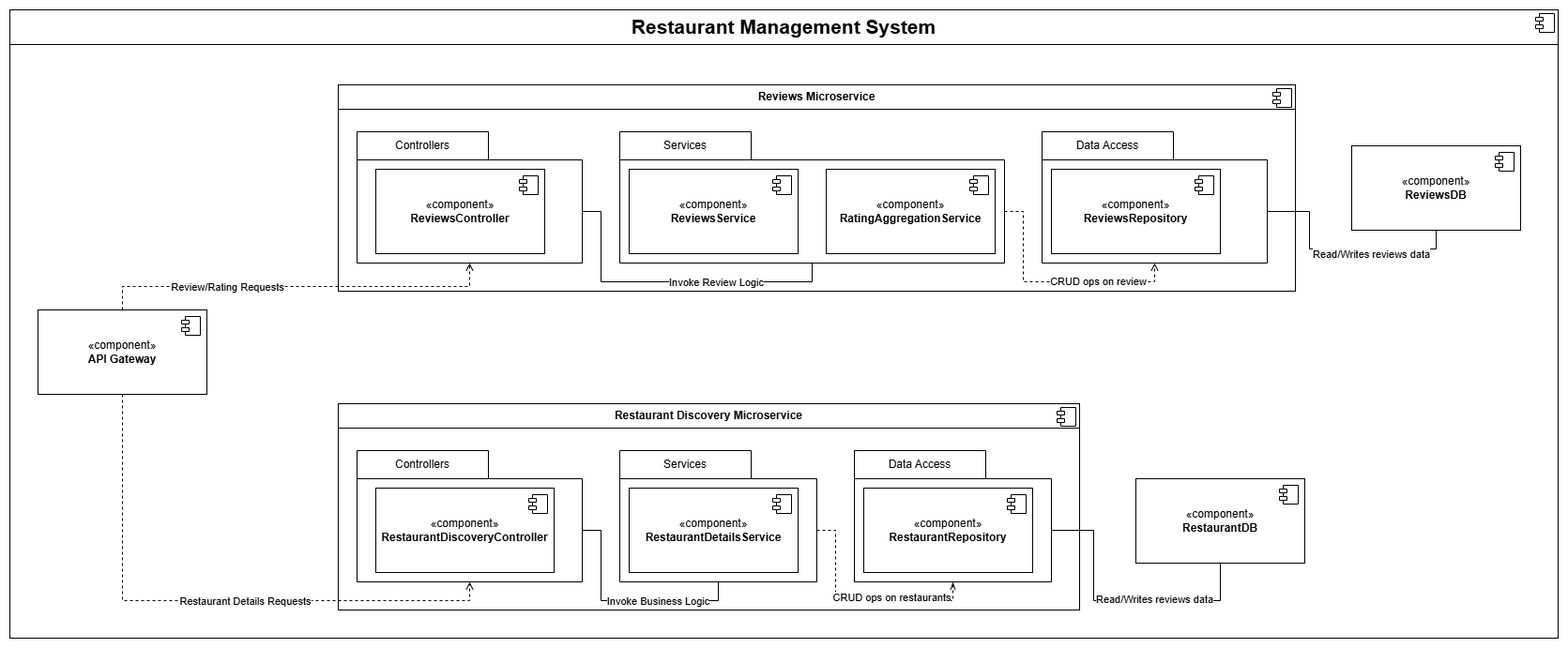
Earlier version of the draw.io export backend/restaurantdiscovery/docs/component-diagram.drawio.png (sri1873/Travel-Management). Source tidied: cells renumbered, new cells last; positions are measured from the earlier drawing's top-left corner, leaving out a move shared by most shapes. Source of this version:
```xml
<mxGraphModel>
  <root>
    <mxCell id="0" />
    <mxCell id="1" parent="0" />
    <mxCell id="2" value="&lt;p style=&quot;margin:0px;margin-top:6px;text-align:center;&quot;&gt;&lt;b&gt;&lt;font style=&quot;font-size: 21px;&quot;&gt;Restaurant Management System&lt;/font&gt;&lt;/b&gt;&lt;/p&gt;&lt;hr size=&quot;1&quot; style=&quot;border-style:solid;&quot;&gt;&lt;p style=&quot;margin:0px;margin-left:8px;&quot;&gt;&lt;br&gt;&lt;/p&gt;" style="align=left;overflow=fill;html=1;whiteSpace=wrap;" parent="1" vertex="1">
      <mxGeometry width="1650" height="670" as="geometry" />
    </mxCell>
    <mxCell id="3" style="shape=component;jettyWidth=8;jettyHeight=4;" parent="2" vertex="1">
      <mxGeometry x="1" width="20" height="20" relative="1" as="geometry">
        <mxPoint x="-24" y="4" as="offset" />
      </mxGeometry>
    </mxCell>
    <mxCell id="4" value="&lt;p style=&quot;margin:0px;margin-top:6px;text-align:center;&quot;&gt;&lt;b&gt;Reviews Microservice&lt;/b&gt;&lt;/p&gt;&lt;hr size=&quot;1&quot; style=&quot;border-style:solid;&quot;&gt;&lt;p style=&quot;margin:0px;margin-left:8px;&quot;&gt;&lt;br&gt;&lt;/p&gt;" style="align=left;overflow=fill;html=1;whiteSpace=wrap;" parent="1" vertex="1">
      <mxGeometry x="350" y="80" width="1020" height="220" as="geometry" />
    </mxCell>
    <mxCell id="5" style="shape=component;jettyWidth=8;jettyHeight=4;" parent="4" vertex="1">
      <mxGeometry x="1" width="20" height="20" relative="1" as="geometry">
        <mxPoint x="-24" y="4" as="offset" />
      </mxGeometry>
    </mxCell>
    <mxCell id="6" style="shape=folder;fontStyle=1;spacingTop=10;tabWidth=140;tabHeight=30;tabPosition=left;html=1;whiteSpace=wrap;" parent="1" vertex="1">
      <mxGeometry x="370" y="130" width="240" height="140" as="geometry" />
    </mxCell>
    <mxCell id="7" value="Controllers" style="text;html=1;align=center;verticalAlign=middle;whiteSpace=wrap;rounded=0;" parent="1" vertex="1">
      <mxGeometry x="370" y="130" width="140" height="30" as="geometry" />
    </mxCell>
    <mxCell id="8" value="«component»&lt;br&gt;&lt;b&gt;ReviewsController&lt;/b&gt;" style="html=1;whiteSpace=wrap;" parent="1" vertex="1">
      <mxGeometry x="390" y="170" width="180" height="90" as="geometry" />
    </mxCell>
    <mxCell id="9" style="shape=module;jettyWidth=8;jettyHeight=4;" parent="8" vertex="1">
      <mxGeometry x="1" width="20" height="20" relative="1" as="geometry">
        <mxPoint x="-27" y="7" as="offset" />
      </mxGeometry>
    </mxCell>
    <mxCell id="10" style="shape=folder;fontStyle=1;spacingTop=10;tabWidth=140;tabHeight=30;tabPosition=left;html=1;whiteSpace=wrap;" parent="1" vertex="1">
      <mxGeometry x="650" y="130" width="410" height="140" as="geometry" />
    </mxCell>
    <mxCell id="11" value="Services" style="text;html=1;align=center;verticalAlign=middle;whiteSpace=wrap;rounded=0;" parent="1" vertex="1">
      <mxGeometry x="650" y="130" width="140" height="30" as="geometry" />
    </mxCell>
    <mxCell id="12" value="«component»&lt;br&gt;&lt;b&gt;ReviewsService&lt;/b&gt;" style="html=1;whiteSpace=wrap;" parent="1" vertex="1">
      <mxGeometry x="660" y="170" width="180" height="90" as="geometry" />
    </mxCell>
    <mxCell id="13" style="shape=module;jettyWidth=8;jettyHeight=4;" parent="12" vertex="1">
      <mxGeometry x="1" width="20" height="20" relative="1" as="geometry">
        <mxPoint x="-27" y="7" as="offset" />
      </mxGeometry>
    </mxCell>
    <mxCell id="14" value="«component»&lt;br&gt;&lt;b&gt;RatingAggregationService&lt;/b&gt;" style="html=1;whiteSpace=wrap;" parent="1" vertex="1">
      <mxGeometry x="870" y="170" width="180" height="90" as="geometry" />
    </mxCell>
    <mxCell id="15" style="shape=module;jettyWidth=8;jettyHeight=4;" parent="14" vertex="1">
      <mxGeometry x="1" width="20" height="20" relative="1" as="geometry">
        <mxPoint x="-27" y="7" as="offset" />
      </mxGeometry>
    </mxCell>
    <mxCell id="16" style="edgeStyle=orthogonalEdgeStyle;rounded=0;jettySize=auto;html=1;exitX=0;exitY=0;exitDx=240;exitDy=85;exitPerimeter=0;entryX=0.5;entryY=1;entryDx=0;entryDy=0;endArrow=none;endFill=0;" parent="1" edge="1" source="18" target="50">
      <mxGeometry relative="1" as="geometry" />
    </mxCell>
    <mxCell id="17" value="Read/Writes reviews data" style="edgeLabel;html=1;align=center;verticalAlign=middle;" parent="16" vertex="1">
      <mxGeometry x="0.14" y="2" relative="1" as="geometry">
        <mxPoint x="13" y="7" as="offset" />
      </mxGeometry>
    </mxCell>
    <mxCell id="18" style="shape=folder;fontStyle=1;spacingTop=10;tabWidth=140;tabHeight=30;tabPosition=left;html=1;whiteSpace=wrap;" parent="1" vertex="1">
      <mxGeometry x="1100" y="130" width="240" height="140" as="geometry" />
    </mxCell>
    <mxCell id="19" value="Data Access" style="text;html=1;align=center;verticalAlign=middle;whiteSpace=wrap;rounded=0;" parent="1" vertex="1">
      <mxGeometry x="1100" y="130" width="140" height="30" as="geometry" />
    </mxCell>
    <mxCell id="20" value="«component»&lt;br&gt;&lt;b&gt;ReviewsRepository&lt;/b&gt;" style="html=1;whiteSpace=wrap;" parent="1" vertex="1">
      <mxGeometry x="1110" y="170" width="180" height="90" as="geometry" />
    </mxCell>
    <mxCell id="21" style="shape=module;jettyWidth=8;jettyHeight=4;" parent="20" vertex="1">
      <mxGeometry x="1" width="20" height="20" relative="1" as="geometry">
        <mxPoint x="-27" y="7" as="offset" />
      </mxGeometry>
    </mxCell>
    <mxCell id="22" style="edgeStyle=orthogonalEdgeStyle;rounded=0;orthogonalLoop=1;jettySize=auto;html=1;exitX=0.5;exitY=1;exitDx=0;exitDy=0;" parent="1" edge="1" source="4" target="4">
      <mxGeometry relative="1" as="geometry" />
    </mxCell>
    <mxCell id="23" value="&lt;p style=&quot;margin:0px;margin-top:6px;text-align:center;&quot;&gt;&lt;b&gt;Restaurant Discovery Microservice&lt;/b&gt;&lt;/p&gt;&lt;hr size=&quot;1&quot; style=&quot;border-style:solid;&quot;&gt;&lt;p style=&quot;margin:0px;margin-left:8px;&quot;&gt;&lt;br&gt;&lt;/p&gt;" style="align=left;overflow=fill;html=1;whiteSpace=wrap;" parent="1" vertex="1">
      <mxGeometry x="350" y="420" width="790" height="220" as="geometry" />
    </mxCell>
    <mxCell id="24" style="shape=component;jettyWidth=8;jettyHeight=4;" parent="23" vertex="1">
      <mxGeometry x="1" width="20" height="20" relative="1" as="geometry">
        <mxPoint x="-24" y="4" as="offset" />
      </mxGeometry>
    </mxCell>
    <mxCell id="25" style="shape=folder;fontStyle=1;spacingTop=10;tabWidth=140;tabHeight=30;tabPosition=left;html=1;whiteSpace=wrap;" parent="1" vertex="1">
      <mxGeometry x="370" y="470" width="240" height="140" as="geometry" />
    </mxCell>
    <mxCell id="26" value="Controllers" style="text;html=1;align=center;verticalAlign=middle;whiteSpace=wrap;rounded=0;" parent="1" vertex="1">
      <mxGeometry x="370" y="470" width="140" height="30" as="geometry" />
    </mxCell>
    <mxCell id="27" value="«component»&lt;br&gt;&lt;b&gt;RestaurantDiscoveryController&lt;/b&gt;" style="html=1;whiteSpace=wrap;" parent="1" vertex="1">
      <mxGeometry x="390" y="510" width="190" height="90" as="geometry" />
    </mxCell>
    <mxCell id="28" style="shape=module;jettyWidth=8;jettyHeight=4;" parent="27" vertex="1">
      <mxGeometry x="1" width="20" height="20" relative="1" as="geometry">
        <mxPoint x="-27" y="7" as="offset" />
      </mxGeometry>
    </mxCell>
    <mxCell id="29" style="shape=folder;fontStyle=1;spacingTop=10;tabWidth=140;tabHeight=30;tabPosition=left;html=1;whiteSpace=wrap;" parent="1" vertex="1">
      <mxGeometry x="650" y="470" width="210" height="140" as="geometry" />
    </mxCell>
    <mxCell id="30" value="Services" style="text;html=1;align=center;verticalAlign=middle;whiteSpace=wrap;rounded=0;" parent="1" vertex="1">
      <mxGeometry x="650" y="470" width="140" height="30" as="geometry" />
    </mxCell>
    <mxCell id="31" value="«component»&lt;br&gt;&lt;b&gt;RestaurantDetailsService&lt;/b&gt;" style="html=1;whiteSpace=wrap;" parent="1" vertex="1">
      <mxGeometry x="660" y="510" width="180" height="90" as="geometry" />
    </mxCell>
    <mxCell id="32" style="shape=module;jettyWidth=8;jettyHeight=4;" parent="31" vertex="1">
      <mxGeometry x="1" width="20" height="20" relative="1" as="geometry">
        <mxPoint x="-27" y="7" as="offset" />
      </mxGeometry>
    </mxCell>
    <mxCell id="33" style="edgeStyle=orthogonalEdgeStyle;rounded=0;jettySize=auto;html=1;exitX=0;exitY=0;exitDx=210;exitDy=85;exitPerimeter=0;entryX=0.5;entryY=1;entryDx=0;entryDy=0;endArrow=none;endFill=0;" parent="1" edge="1" source="35" target="56">
      <mxGeometry relative="1" as="geometry" />
    </mxCell>
    <mxCell id="34" value="Read/Writes reviews data" style="edgeLabel;html=1;align=center;verticalAlign=middle;" parent="33" vertex="1">
      <mxGeometry x="0.15" y="2" relative="1" as="geometry">
        <mxPoint x="14" as="offset" />
      </mxGeometry>
    </mxCell>
    <mxCell id="35" style="shape=folder;fontStyle=1;spacingTop=10;tabWidth=140;tabHeight=30;tabPosition=left;html=1;whiteSpace=wrap;" parent="1" vertex="1">
      <mxGeometry x="900" y="470" width="210" height="140" as="geometry" />
    </mxCell>
    <mxCell id="36" value="Data Access" style="text;html=1;align=center;verticalAlign=middle;whiteSpace=wrap;rounded=0;" parent="1" vertex="1">
      <mxGeometry x="900" y="470" width="140" height="30" as="geometry" />
    </mxCell>
    <mxCell id="37" value="«component»&lt;br&gt;&lt;b&gt;RestaurantRepository&lt;/b&gt;" style="html=1;whiteSpace=wrap;" parent="1" vertex="1">
      <mxGeometry x="910" y="510" width="180" height="90" as="geometry" />
    </mxCell>
    <mxCell id="38" style="shape=module;jettyWidth=8;jettyHeight=4;" parent="37" vertex="1">
      <mxGeometry x="1" width="20" height="20" relative="1" as="geometry">
        <mxPoint x="-27" y="7" as="offset" />
      </mxGeometry>
    </mxCell>
    <mxCell id="39" style="edgeStyle=orthogonalEdgeStyle;rounded=0;orthogonalLoop=1;jettySize=auto;html=1;exitX=0.5;exitY=1;exitDx=0;exitDy=0;" parent="1" edge="1" source="23" target="23">
      <mxGeometry relative="1" as="geometry" />
    </mxCell>
    <mxCell id="40" value="«component»&lt;br&gt;&lt;b&gt;API Gateway&lt;/b&gt;" style="html=1;whiteSpace=wrap;" parent="1" vertex="1">
      <mxGeometry x="30" y="320" width="180" height="90" as="geometry" />
    </mxCell>
    <mxCell id="41" style="shape=module;jettyWidth=8;jettyHeight=4;" parent="40" vertex="1">
      <mxGeometry x="1" width="20" height="20" relative="1" as="geometry">
        <mxPoint x="-27" y="7" as="offset" />
      </mxGeometry>
    </mxCell>
    <mxCell id="42" style="edgeStyle=orthogonalEdgeStyle;rounded=0;jettySize=auto;html=1;exitX=0.5;exitY=0;exitDx=0;exitDy=0;entryX=0.5;entryY=1;entryDx=0;entryDy=0;entryPerimeter=0;dashed=1;endArrow=open;endFill=0;" parent="1" edge="1" source="40" target="6">
      <mxGeometry relative="1" as="geometry" />
    </mxCell>
    <mxCell id="43" value="Review/Rating Requests" style="edgeLabel;html=1;align=center;verticalAlign=middle;" parent="42" vertex="1">
      <mxGeometry x="-0.35" relative="1" as="geometry" />
    </mxCell>
    <mxCell id="44" style="edgeStyle=orthogonalEdgeStyle;rounded=0;jettySize=auto;html=1;exitX=0.5;exitY=1;exitDx=0;exitDy=0;entryX=0.5;entryY=1;entryDx=0;entryDy=0;entryPerimeter=0;dashed=1;endArrow=open;endFill=0;" parent="1" edge="1" source="40" target="25">
      <mxGeometry relative="1" as="geometry" />
    </mxCell>
    <mxCell id="45" value="Restaurant Details Requests" style="edgeLabel;html=1;align=center;verticalAlign=middle;" parent="44" vertex="1">
      <mxGeometry x="-0.02" relative="1" as="geometry">
        <mxPoint x="51" as="offset" />
      </mxGeometry>
    </mxCell>
    <mxCell id="46" style="edgeStyle=orthogonalEdgeStyle;rounded=0;jettySize=auto;html=1;exitX=0;exitY=0;exitDx=240;exitDy=85;exitPerimeter=0;entryX=0.5;entryY=1;entryDx=0;entryDy=0;entryPerimeter=0;endArrow=none;endFill=0;" parent="1" edge="1" source="6" target="10">
      <mxGeometry relative="1" as="geometry">
        <Array as="points">
          <mxPoint x="630" y="215" />
          <mxPoint x="630" y="290" />
          <mxPoint x="855" y="290" />
        </Array>
      </mxGeometry>
    </mxCell>
    <mxCell id="47" value="Invoke Review Logic" style="edgeLabel;html=1;align=center;verticalAlign=middle;" parent="46" vertex="1">
      <mxGeometry x="0.21" relative="1" as="geometry">
        <mxPoint x="11" as="offset" />
      </mxGeometry>
    </mxCell>
    <mxCell id="48" style="edgeStyle=orthogonalEdgeStyle;rounded=0;jettySize=auto;html=1;exitX=0;exitY=0;exitDx=410;exitDy=85;exitPerimeter=0;entryX=0.5;entryY=1;entryDx=0;entryDy=0;entryPerimeter=0;endArrow=open;endFill=0;dashed=1;" parent="1" edge="1" source="10" target="18">
      <mxGeometry relative="1" as="geometry" />
    </mxCell>
    <mxCell id="49" value="CRUD ops on review" style="edgeLabel;html=1;align=center;verticalAlign=middle;" parent="48" vertex="1">
      <mxGeometry x="0.12" y="1" relative="1" as="geometry">
        <mxPoint x="32" as="offset" />
      </mxGeometry>
    </mxCell>
    <mxCell id="50" value="«component»&lt;br&gt;&lt;b&gt;ReviewsDB&lt;/b&gt;" style="html=1;whiteSpace=wrap;" parent="1" vertex="1">
      <mxGeometry x="1430" y="145" width="180" height="90" as="geometry" />
    </mxCell>
    <mxCell id="51" style="shape=module;jettyWidth=8;jettyHeight=4;" parent="50" vertex="1">
      <mxGeometry x="1" width="20" height="20" relative="1" as="geometry">
        <mxPoint x="-27" y="7" as="offset" />
      </mxGeometry>
    </mxCell>
    <mxCell id="52" style="edgeStyle=orthogonalEdgeStyle;rounded=0;jettySize=auto;html=1;exitX=0;exitY=0;exitDx=240;exitDy=85;exitPerimeter=0;entryX=0.5;entryY=1;entryDx=0;entryDy=0;entryPerimeter=0;endArrow=none;endFill=0;" parent="1" edge="1" source="25" target="29">
      <mxGeometry relative="1" as="geometry" />
    </mxCell>
    <mxCell id="53" value="Invoke Business Logic" style="edgeLabel;html=1;align=center;verticalAlign=middle;" parent="52" vertex="1">
      <mxGeometry x="0.57" y="2" relative="1" as="geometry">
        <mxPoint x="-33" y="2" as="offset" />
      </mxGeometry>
    </mxCell>
    <mxCell id="54" style="edgeStyle=orthogonalEdgeStyle;rounded=0;jettySize=auto;html=1;exitX=0;exitY=0;exitDx=210;exitDy=85;exitPerimeter=0;entryX=0.5;entryY=1;entryDx=0;entryDy=0;entryPerimeter=0;endArrow=openThin;endFill=0;dashed=1;" parent="1" edge="1" source="29" target="35">
      <mxGeometry relative="1" as="geometry" />
    </mxCell>
    <mxCell id="55" value="CRUD ops on restaurants" style="edgeLabel;html=1;align=center;verticalAlign=middle;" parent="54" vertex="1">
      <mxGeometry x="0.55" y="4" relative="1" as="geometry">
        <mxPoint x="-32" as="offset" />
      </mxGeometry>
    </mxCell>
    <mxCell id="56" value="«component»&lt;br&gt;&lt;b&gt;RestaurantDB&lt;/b&gt;" style="html=1;whiteSpace=wrap;" parent="1" vertex="1">
      <mxGeometry x="1200" y="500" width="180" height="90" as="geometry" />
    </mxCell>
    <mxCell id="57" style="shape=module;jettyWidth=8;jettyHeight=4;" parent="56" vertex="1">
      <mxGeometry x="1" width="20" height="20" relative="1" as="geometry">
        <mxPoint x="-27" y="7" as="offset" />
      </mxGeometry>
    </mxCell>
  </root>
</mxGraphModel>
```
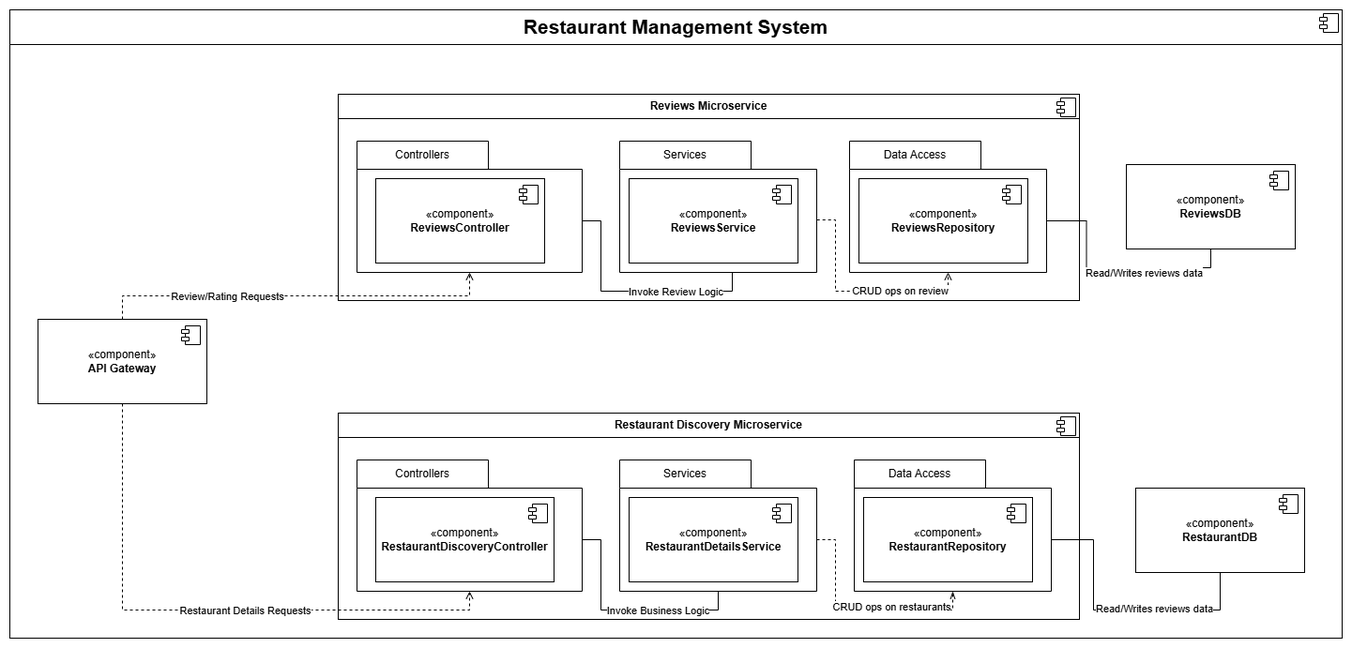
Later version of the same file.

Diff of the diagram source:
```diff
@@ -3,7 +3,7 @@
     <mxCell id="0" />
     <mxCell id="1" parent="0" />
     <mxCell id="2" value="&lt;p style=&quot;margin:0px;margin-top:6px;text-align:center;&quot;&gt;&lt;b&gt;&lt;font style=&quot;font-size: 21px;&quot;&gt;Restaurant Management System&lt;/font&gt;&lt;/b&gt;&lt;/p&gt;&lt;hr size=&quot;1&quot; style=&quot;border-style:solid;&quot;&gt;&lt;p style=&quot;margin:0px;margin-left:8px;&quot;&gt;&lt;br&gt;&lt;/p&gt;" style="align=left;overflow=fill;html=1;whiteSpace=wrap;" parent="1" vertex="1">
-      <mxGeometry width="1650" height="670" as="geometry" />
+      <mxGeometry y="-10" width="1420" height="670" as="geometry" />
     </mxCell>
     <mxCell id="3" style="shape=component;jettyWidth=8;jettyHeight=4;" parent="2" vertex="1">
       <mxGeometry x="1" width="20" height="20" relative="1" as="geometry">
@@ -11,7 +11,7 @@
       </mxGeometry>
     </mxCell>
     <mxCell id="4" value="&lt;p style=&quot;margin:0px;margin-top:6px;text-align:center;&quot;&gt;&lt;b&gt;Reviews Microservice&lt;/b&gt;&lt;/p&gt;&lt;hr size=&quot;1&quot; style=&quot;border-style:solid;&quot;&gt;&lt;p style=&quot;margin:0px;margin-left:8px;&quot;&gt;&lt;br&gt;&lt;/p&gt;" style="align=left;overflow=fill;html=1;whiteSpace=wrap;" parent="1" vertex="1">
-      <mxGeometry x="350" y="80" width="1020" height="220" as="geometry" />
+      <mxGeometry x="350" y="80" width="790" height="220" as="geometry" />
     </mxCell>
     <mxCell id="5" style="shape=component;jettyWidth=8;jettyHeight=4;" parent="4" vertex="1">
       <mxGeometry x="1" width="20" height="20" relative="1" as="geometry">
@@ -33,7 +33,7 @@
       </mxGeometry>
     </mxCell>
     <mxCell id="10" style="shape=folder;fontStyle=1;spacingTop=10;tabWidth=140;tabHeight=30;tabPosition=left;html=1;whiteSpace=wrap;" parent="1" vertex="1">
-      <mxGeometry x="650" y="130" width="410" height="140" as="geometry" />
+      <mxGeometry x="650" y="130" width="210" height="140" as="geometry" />
     </mxCell>
     <mxCell id="11" value="Services" style="text;html=1;align=center;verticalAlign=middle;whiteSpace=wrap;rounded=0;" parent="1" vertex="1">
       <mxGeometry x="650" y="130" width="140" height="30" as="geometry" />
@@ -46,15 +46,7 @@
         <mxPoint x="-27" y="7" as="offset" />
       </mxGeometry>
     </mxCell>
-    <mxCell id="14" value="«component»&lt;br&gt;&lt;b&gt;RatingAggregationService&lt;/b&gt;" style="html=1;whiteSpace=wrap;" parent="1" vertex="1">
-      <mxGeometry x="870" y="170" width="180" height="90" as="geometry" />
-    </mxCell>
-    <mxCell id="15" style="shape=module;jettyWidth=8;jettyHeight=4;" parent="14" vertex="1">
-      <mxGeometry x="1" width="20" height="20" relative="1" as="geometry">
-        <mxPoint x="-27" y="7" as="offset" />
-      </mxGeometry>
-    </mxCell>
-    <mxCell id="16" style="edgeStyle=orthogonalEdgeStyle;rounded=0;jettySize=auto;html=1;exitX=0;exitY=0;exitDx=240;exitDy=85;exitPerimeter=0;entryX=0.5;entryY=1;entryDx=0;entryDy=0;endArrow=none;endFill=0;" parent="1" edge="1" source="18" target="50">
+    <mxCell id="16" style="edgeStyle=orthogonalEdgeStyle;rounded=0;jettySize=auto;html=1;exitX=0;exitY=0;exitDx=210;exitDy=85;exitPerimeter=0;entryX=0.5;entryY=1;entryDx=0;entryDy=0;endArrow=none;endFill=0;" parent="1" edge="1" source="18" target="50">
       <mxGeometry relative="1" as="geometry" />
     </mxCell>
     <mxCell id="17" value="Read/Writes reviews data" style="edgeLabel;html=1;align=center;verticalAlign=middle;" parent="16" vertex="1">
@@ -63,13 +55,13 @@
       </mxGeometry>
     </mxCell>
     <mxCell id="18" style="shape=folder;fontStyle=1;spacingTop=10;tabWidth=140;tabHeight=30;tabPosition=left;html=1;whiteSpace=wrap;" parent="1" vertex="1">
-      <mxGeometry x="1100" y="130" width="240" height="140" as="geometry" />
+      <mxGeometry x="895" y="130" width="210" height="140" as="geometry" />
     </mxCell>
     <mxCell id="19" value="Data Access" style="text;html=1;align=center;verticalAlign=middle;whiteSpace=wrap;rounded=0;" parent="1" vertex="1">
-      <mxGeometry x="1100" y="130" width="140" height="30" as="geometry" />
+      <mxGeometry x="895" y="130" width="140" height="30" as="geometry" />
     </mxCell>
     <mxCell id="20" value="«component»&lt;br&gt;&lt;b&gt;ReviewsRepository&lt;/b&gt;" style="html=1;whiteSpace=wrap;" parent="1" vertex="1">
-      <mxGeometry x="1110" y="170" width="180" height="90" as="geometry" />
+      <mxGeometry x="905" y="170" width="180" height="90" as="geometry" />
     </mxCell>
     <mxCell id="21" style="shape=module;jettyWidth=8;jettyHeight=4;" parent="20" vertex="1">
       <mxGeometry x="1" width="20" height="20" relative="1" as="geometry">
@@ -167,7 +159,7 @@
         <Array as="points">
           <mxPoint x="630" y="215" />
           <mxPoint x="630" y="290" />
-          <mxPoint x="855" y="290" />
+          <mxPoint x="770" y="290" />
         </Array>
       </mxGeometry>
     </mxCell>
@@ -176,7 +168,7 @@
         <mxPoint x="11" as="offset" />
       </mxGeometry>
     </mxCell>
-    <mxCell id="48" style="edgeStyle=orthogonalEdgeStyle;rounded=0;jettySize=auto;html=1;exitX=0;exitY=0;exitDx=410;exitDy=85;exitPerimeter=0;entryX=0.5;entryY=1;entryDx=0;entryDy=0;entryPerimeter=0;endArrow=open;endFill=0;dashed=1;" parent="1" edge="1" source="10" target="18">
+    <mxCell id="48" style="edgeStyle=orthogonalEdgeStyle;rounded=0;jettySize=auto;html=1;exitX=1.001;exitY=0.6;exitDx=0;exitDy=0;exitPerimeter=0;entryX=0.5;entryY=1;entryDx=0;entryDy=0;entryPerimeter=0;endArrow=open;endFill=0;dashed=1;" parent="1" edge="1" source="10" target="18">
       <mxGeometry relative="1" as="geometry" />
     </mxCell>
     <mxCell id="49" value="CRUD ops on review" style="edgeLabel;html=1;align=center;verticalAlign=middle;" parent="48" vertex="1">
@@ -185,7 +177,7 @@
       </mxGeometry>
     </mxCell>
     <mxCell id="50" value="«component»&lt;br&gt;&lt;b&gt;ReviewsDB&lt;/b&gt;" style="html=1;whiteSpace=wrap;" parent="1" vertex="1">
-      <mxGeometry x="1430" y="145" width="180" height="90" as="geometry" />
+      <mxGeometry x="1190" y="155" width="180" height="90" as="geometry" />
     </mxCell>
     <mxCell id="51" style="shape=module;jettyWidth=8;jettyHeight=4;" parent="50" vertex="1">
       <mxGeometry x="1" width="20" height="20" relative="1" as="geometry">
```
